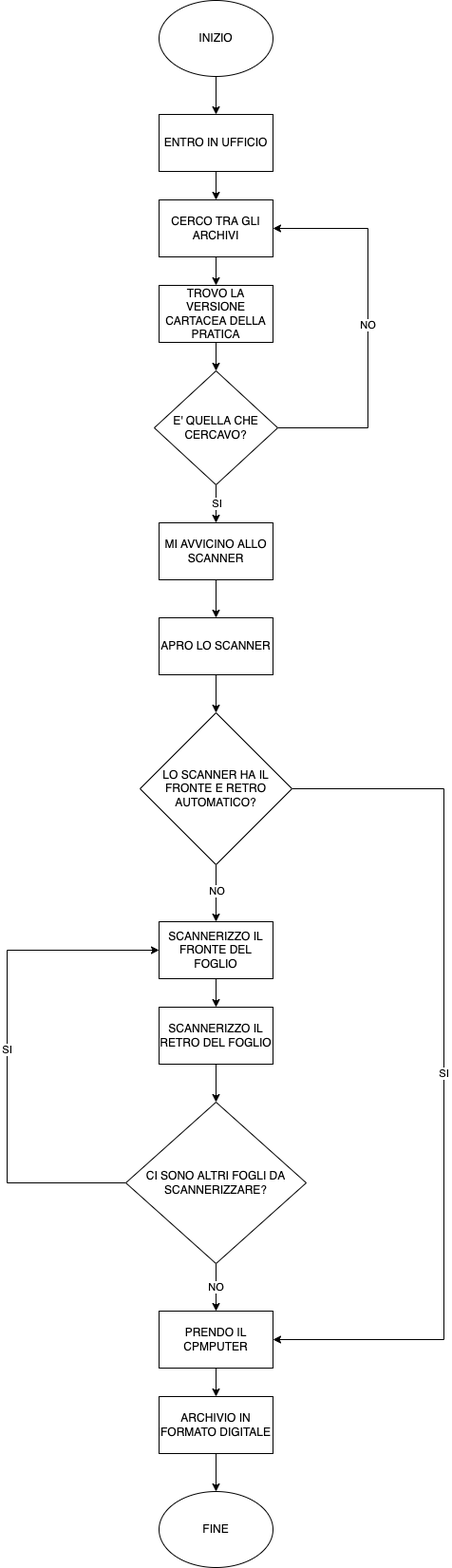
AliceColombari/human-code keeps this draw.io diagram as Team7.png. Above is the earlier version. Source tidied: cells renumbered, new cells last; positions are measured from the earlier drawing's top-left corner, leaving out a move shared by most shapes.
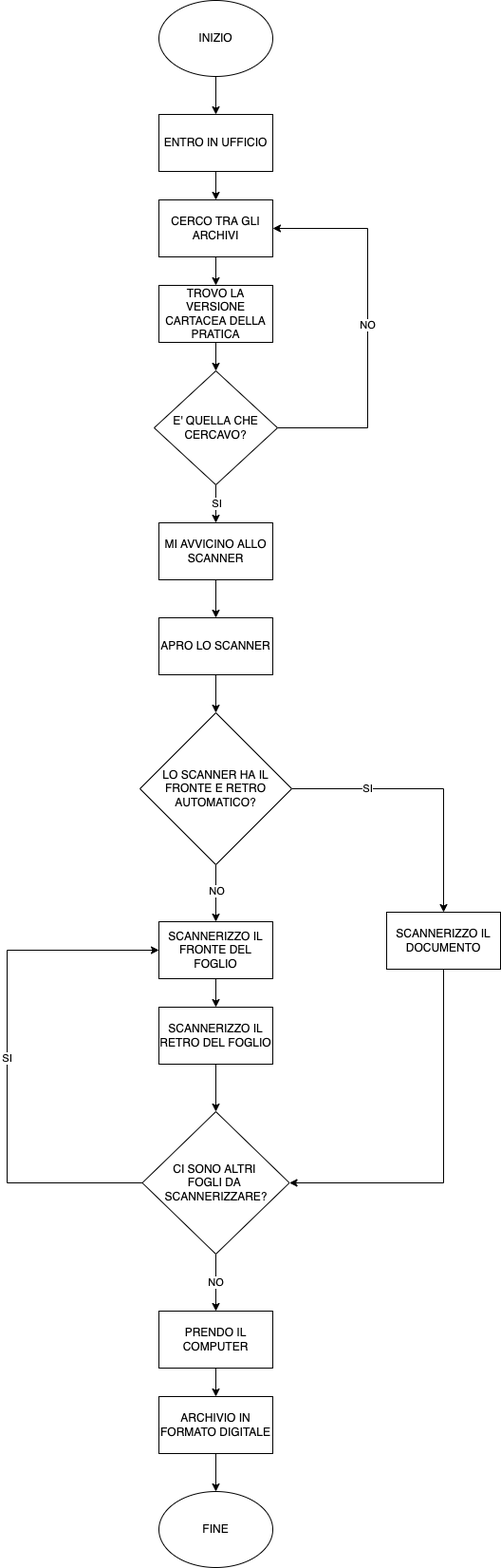
After the change.

Commit message:
correzione esercizio

What changed in the source:
```diff
@@ -63,13 +63,8 @@
     <mxCell id="19" value="NO" style="edgeLabel;html=1;align=center;verticalAlign=middle;" parent="18" vertex="1">
       <mxGeometry x="-0.1" relative="1" as="geometry" />
     </mxCell>
-    <mxCell id="20" value="SI" style="edgeStyle=orthogonalEdgeStyle;rounded=0;jettySize=auto;html=1;entryX=1;entryY=0.5;entryDx=0;entryDy=0;" parent="1" edge="1" source="21" target="30">
-      <mxGeometry relative="1" as="geometry">
-        <Array as="points">
-          <mxPoint x="460" y="830" />
-          <mxPoint x="460" y="1410" />
-        </Array>
-      </mxGeometry>
+    <mxCell id="20" value="SI" style="edgeStyle=orthogonalEdgeStyle;rounded=0;jettySize=auto;html=1;" parent="1" edge="1" source="21" target="35">
+      <mxGeometry x="-0.45" relative="1" as="geometry" />
     </mxCell>
     <mxCell id="21" value="LO SCANNER HA IL FRONTE E RETRO AUTOMATICO?" style="rhombus;whiteSpace=wrap;html=1;" parent="1" vertex="1">
       <mxGeometry x="140" y="750" width="160" height="160" as="geometry" />
@@ -97,13 +92,13 @@
     <mxCell id="27" value="NO" style="edgeStyle=orthogonalEdgeStyle;rounded=0;jettySize=auto;html=1;" parent="1" edge="1" source="28" target="30">
       <mxGeometry relative="1" as="geometry" />
     </mxCell>
-    <mxCell id="28" value="CI SONO ALTRI FOGLI DA SCANNERIZZARE?" style="rhombus;whiteSpace=wrap;html=1;" parent="1" vertex="1">
-      <mxGeometry x="125" y="1160" width="190" height="170" as="geometry" />
+    <mxCell id="28" value="CI SONO ALTRI &lt;br&gt;FOGLI DA &lt;br&gt;SCANNERIZZARE?" style="rhombus;whiteSpace=wrap;html=1;" parent="1" vertex="1">
+      <mxGeometry x="142.5" y="1170" width="155" height="150" as="geometry" />
     </mxCell>
     <mxCell id="29" style="edgeStyle=orthogonalEdgeStyle;rounded=0;jettySize=auto;html=1;" parent="1" edge="1" source="30" target="32">
       <mxGeometry relative="1" as="geometry" />
     </mxCell>
-    <mxCell id="30" value="PRENDO IL CPMPUTER" style="rounded=0;whiteSpace=wrap;html=1;" parent="1" vertex="1">
+    <mxCell id="30" value="PRENDO IL COMPUTER" style="rounded=0;whiteSpace=wrap;html=1;" parent="1" vertex="1">
       <mxGeometry x="160" y="1380" width="120" height="60" as="geometry" />
     </mxCell>
     <mxCell id="31" style="edgeStyle=orthogonalEdgeStyle;rounded=0;jettySize=auto;html=1;" parent="1" edge="1" source="32" target="33">
@@ -115,5 +110,15 @@
     <mxCell id="33" value="FINE" style="ellipse;whiteSpace=wrap;html=1;" parent="1" vertex="1">
       <mxGeometry x="160" y="1570" width="120" height="80" as="geometry" />
     </mxCell>
+    <mxCell id="34" style="edgeStyle=orthogonalEdgeStyle;rounded=0;jettySize=auto;html=1;entryX=1;entryY=0.5;entryDx=0;entryDy=0;" parent="1" edge="1" source="35" target="28">
+      <mxGeometry relative="1" as="geometry">
+        <Array as="points">
+          <mxPoint x="460" y="1245" />
+        </Array>
+      </mxGeometry>
+    </mxCell>
+    <mxCell id="35" value="SCANNERIZZO IL DOCUMENTO" style="rounded=0;whiteSpace=wrap;html=1;" parent="1" vertex="1">
+      <mxGeometry x="400" y="960" width="120" height="60" as="geometry" />
+    </mxCell>
   </root>
 </mxGraphModel>
```
